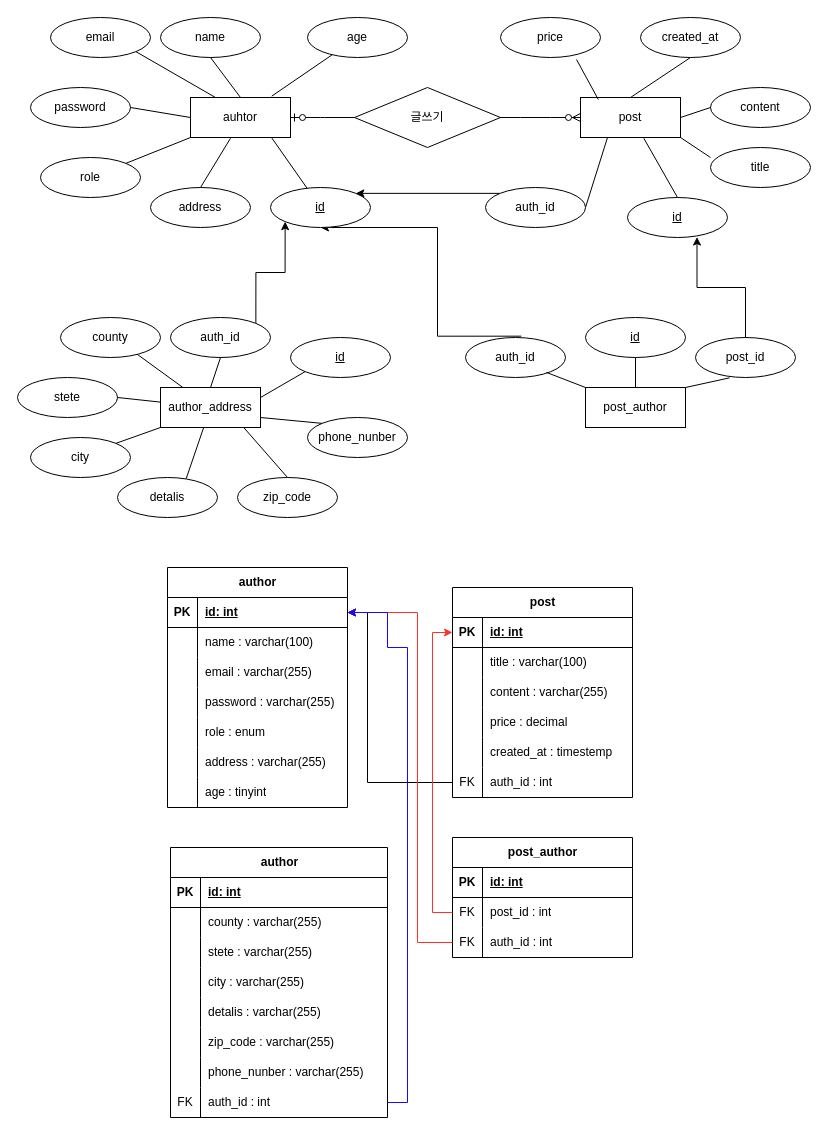
Before: mariaDB_systax/modeling/erd_board.drawio in GyeongNam/BootCamp, a draw.io diagram. Source tidied: cells renumbered, new cells numbered last; positions are measured from the earlier drawing's top-left corner, leaving out a move shared by most shapes. Both pictures are drawn from the tidied source at 100%, with x=0, y=0 at pixel (17, 17).
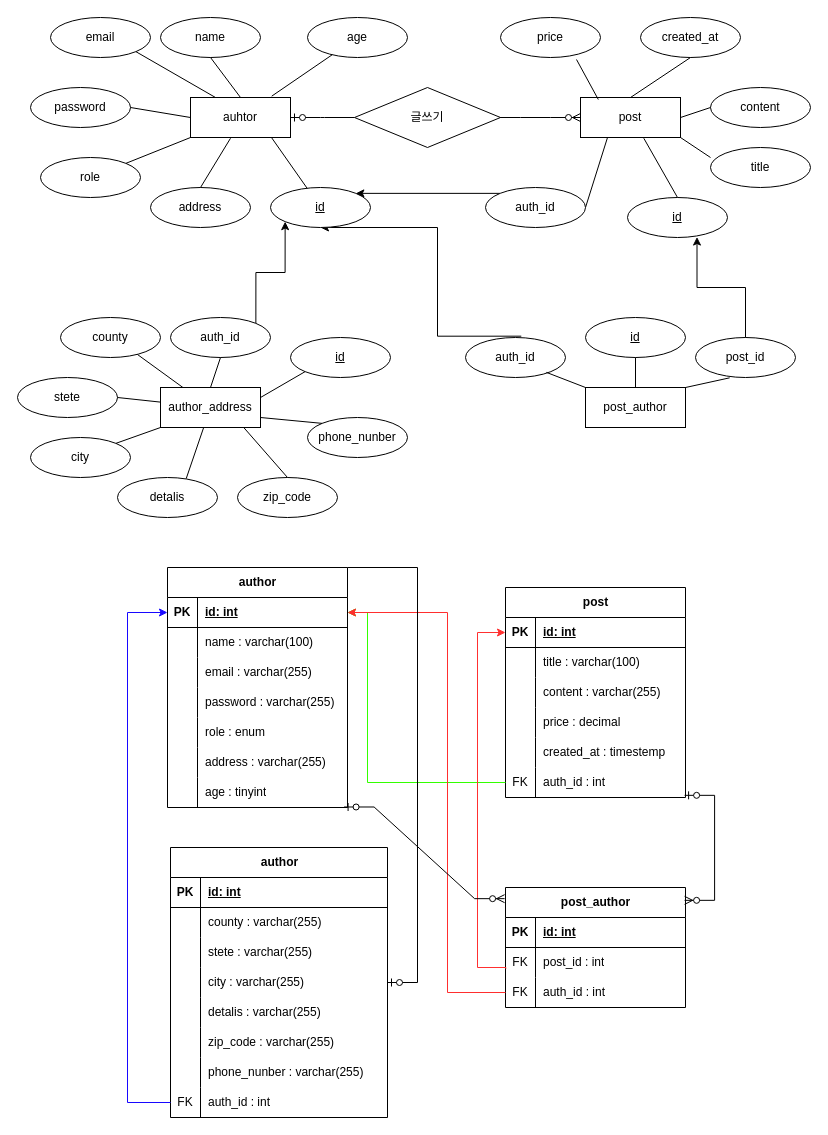
The same page after the edit.

The change refers to these unchanged cells:
```xml
<mxCell id="36" style="shape=tableRow;horizontal=0;startSize=0;swimlaneHead=0;swimlaneBody=0;fillColor=none;points=[[0,0.5],[1,0.5]];portConstraint=eastwest;top=0;left=0;right=0;bottom=1;" parent="35" vertex="1">
  <mxGeometry y="30" width="180" height="30" as="geometry" />
</mxCell>
<mxCell id="54" style="shape=tableRow;horizontal=0;startSize=0;swimlaneHead=0;swimlaneBody=0;fillColor=none;points=[[0,0.5],[1,0.5]];portConstraint=eastwest;top=0;left=0;right=0;bottom=0;" parent="35" vertex="1">
  <mxGeometry y="210" width="180" height="30" as="geometry" />
</mxCell>
<mxCell id="58" style="shape=tableRow;horizontal=0;startSize=0;swimlaneHead=0;swimlaneBody=0;fillColor=none;points=[[0,0.5],[1,0.5]];portConstraint=eastwest;top=0;left=0;right=0;bottom=1;" parent="57" vertex="1">
  <mxGeometry y="30" width="180" height="30" as="geometry" />
</mxCell>
<mxCell id="73" style="shape=tableRow;horizontal=0;startSize=0;swimlaneHead=0;swimlaneBody=0;fillColor=none;points=[[0,0.5],[1,0.5]];portConstraint=eastwest;top=0;left=0;right=0;bottom=0;" parent="57" vertex="1">
  <mxGeometry y="180" width="180" height="30" as="geometry" />
</mxCell>
<mxCell id="107" style="shape=tableRow;horizontal=0;startSize=0;swimlaneHead=0;swimlaneBody=0;fillColor=none;points=[[0,0.5],[1,0.5]];portConstraint=eastwest;top=0;left=0;right=0;bottom=0;" parent="103" vertex="1">
  <mxGeometry y="60" width="180" height="30" as="geometry" />
</mxCell>
<mxCell id="110" style="shape=tableRow;horizontal=0;startSize=0;swimlaneHead=0;swimlaneBody=0;fillColor=none;points=[[0,0.5],[1,0.5]];portConstraint=eastwest;top=0;left=0;right=0;bottom=0;" parent="103" vertex="1">
  <mxGeometry y="90" width="180" height="30" as="geometry" />
</mxCell>
<mxCell id="115" value="author" style="shape=table;startSize=30;childLayout=tableLayout;rowLines=0;fontStyle=1;align=center;html=1;" parent="1" vertex="1">
  <mxGeometry x="153" y="830" width="217" height="270" as="geometry" />
</mxCell>
<mxCell id="137" style="shape=tableRow;horizontal=0;startSize=0;swimlaneHead=0;swimlaneBody=0;fillColor=none;points=[[0,0.5],[1,0.5]];portConstraint=eastwest;top=0;left=0;right=0;bottom=0;" parent="115" vertex="1">
  <mxGeometry y="240" width="217" height="30" as="geometry" />
</mxCell>
```

Diff of the diagram source:
```diff
@@
     <mxCell id="57" value="post" style="shape=table;startSize=30;childLayout=tableLayout;rowLines=0;fontStyle=1;align=center;html=1;" parent="1" vertex="1">
-      <mxGeometry x="435" y="570" width="180" height="210" as="geometry" />
+      <mxGeometry x="488" y="570" width="180" height="210" as="geometry" />
     </mxCell>
@@
-    <mxCell id="76" style="edgeStyle=orthogonalEdgeStyle;rounded=0;jettySize=auto;html=1;exitX=0;exitY=0.5;exitDx=0;exitDy=0;entryX=1;entryY=0.5;entryDx=0;entryDy=0;" parent="1" edge="1" source="73" target="36">
+    <mxCell id="76" style="edgeStyle=orthogonalEdgeStyle;rounded=0;jettySize=auto;html=1;exitX=0;exitY=0.5;exitDx=0;exitDy=0;entryX=1;entryY=0.5;entryDx=0;entryDy=0;strokeColor=#33FF00;" parent="1" edge="1" source="73" target="36">
       <mxGeometry relative="1" as="geometry">
         <Array as="points">
           <mxPoint x="350" y="765" />
           <mxPoint x="350" y="595" />
         </Array>
       </mxGeometry>
     </mxCell>
@@
     <mxCell id="103" value="post_author" style="shape=table;startSize=30;childLayout=tableLayout;rowLines=0;fontStyle=1;align=center;html=1;" parent="1" vertex="1">
-      <mxGeometry x="435" y="820" width="180" height="120" as="geometry" />
+      <mxGeometry x="488" y="870" width="180" height="120" as="geometry" />
     </mxCell>
@@
-    <mxCell id="113" style="edgeStyle=orthogonalEdgeStyle;rounded=0;jettySize=auto;html=1;exitX=0;exitY=0.5;exitDx=0;exitDy=0;entryX=0;entryY=0.5;entryDx=0;entryDy=0;fillColor=#FF483B;strokeColor=#FF3030;" parent="1" edge="1" source="107" target="58">
-      <mxGeometry relative="1" as="geometry" />
+    <mxCell id="113" style="edgeStyle=orthogonalEdgeStyle;rounded=0;jettySize=auto;html=1;entryX=0;entryY=0.5;entryDx=0;entryDy=0;fillColor=#FF483B;strokeColor=#FF3030;exitX=0.002;exitY=0.706;exitDx=0;exitDy=0;exitPerimeter=0;" parent="1" edge="1" source="107" target="58">
+      <mxGeometry relative="1" as="geometry">
+        <Array as="points">
+          <mxPoint x="488" y="950" />
+          <mxPoint x="460" y="950" />
+          <mxPoint x="460" y="615" />
+        </Array>
+      </mxGeometry>
     </mxCell>
     <mxCell id="114" style="edgeStyle=orthogonalEdgeStyle;rounded=0;jettySize=auto;html=1;exitX=0;exitY=0.5;exitDx=0;exitDy=0;entryX=1;entryY=0.5;entryDx=0;entryDy=0;fillColor=#FF0505;strokeColor=#FF2E2E;" parent="1" edge="1" source="110" target="36">
       <mxGeometry relative="1" as="geometry">
         <Array as="points">
-          <mxPoint x="400" y="925" />
-          <mxPoint x="400" y="595" />
+          <mxPoint x="430" y="975" />
+          <mxPoint x="430" y="595" />
         </Array>
       </mxGeometry>
     </mxCell>
@@
-    <mxCell id="140" style="edgeStyle=orthogonalEdgeStyle;rounded=0;jettySize=auto;html=1;exitX=1;exitY=0.5;exitDx=0;exitDy=0;strokeColor=#1808FF;entryX=1;entryY=0.5;entryDx=0;entryDy=0;" parent="1" edge="1" source="137" target="36">
+    <mxCell id="140" style="edgeStyle=orthogonalEdgeStyle;rounded=0;jettySize=auto;html=1;exitX=0;exitY=0.5;exitDx=0;exitDy=0;strokeColor=#1808FF;entryX=0;entryY=0.5;entryDx=0;entryDy=0;" parent="1" edge="1" source="137" target="36">
       <mxGeometry relative="1" as="geometry">
         <Array as="points">
-          <mxPoint x="390" y="1085" />
-          <mxPoint x="390" y="630" />
-          <mxPoint x="370" y="630" />
-          <mxPoint x="370" y="595" />
+          <mxPoint x="110" y="1085" />
+          <mxPoint x="110" y="595" />
         </Array>
       </mxGeometry>
     </mxCell>
+    <mxCell id="141" style="edgeStyle=entityRelationEdgeStyle;fontSize=12;html=1;endArrow=ERzeroToMany;startArrow=ERzeroToOne;rounded=0;exitX=0.981;exitY=0.983;exitDx=0;exitDy=0;exitPerimeter=0;entryX=-0.005;entryY=0.093;entryDx=0;entryDy=0;entryPerimeter=0;" parent="1" edge="1" source="54" target="103">
+      <mxGeometry relative="1" as="geometry" />
+    </mxCell>
+    <mxCell id="142" style="edgeStyle=entityRelationEdgeStyle;fontSize=12;html=1;endArrow=ERzeroToMany;startArrow=ERzeroToOne;rounded=0;entryX=0.995;entryY=0.107;entryDx=0;entryDy=0;entryPerimeter=0;exitX=0.995;exitY=0.928;exitDx=0;exitDy=0;exitPerimeter=0;" parent="1" edge="1" source="73" target="103">
+      <mxGeometry relative="1" as="geometry">
+        <Array as="points">
+          <mxPoint x="733" y="760" />
+          <mxPoint x="673" y="800" />
+          <mxPoint x="673" y="810" />
+          <mxPoint x="743" y="860" />
+          <mxPoint x="703" y="790" />
+          <mxPoint x="667" y="780" />
+          <mxPoint x="673" y="790" />
+          <mxPoint x="667" y="820" />
+          <mxPoint x="578" y="770" />
+        </Array>
+      </mxGeometry>
+    </mxCell>
+    <mxCell id="143" style="edgeStyle=entityRelationEdgeStyle;fontSize=12;html=1;endArrow=ERzeroToOne;endFill=1;rounded=0;" parent="1" edge="1" target="115">
+      <mxGeometry relative="1" as="geometry">
+        <mxPoint x="330" y="550" as="sourcePoint" />
+        <Array as="points">
+          <mxPoint x="74.8" y="846.3" />
+          <mxPoint x="410" y="760" />
+          <mxPoint x="44.8" y="846.3" />
+          <mxPoint x="34.8" y="836.3" />
+        </Array>
+      </mxGeometry>
+    </mxCell>
```
